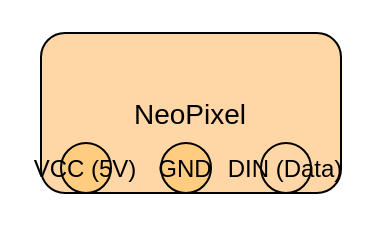
The draw.io diagram Drawio_Modules/Actuators/NeoPixel.drawio in LostScriptures/Terralogia, before the edit. Source tidied: cells renumbered, new cells numbered last; positions are measured from the earlier drawing's top-left corner, leaving out a move shared by most shapes. Both pictures are drawn from the tidied source at 200%, with x=0, y=0 at pixel (40, 32).
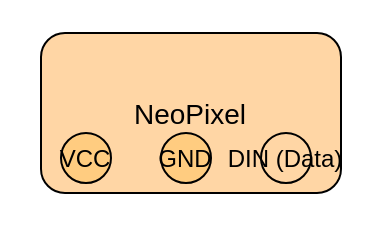
After the change.

Diff of the diagram source:
```diff
@@
 <mxGraphModel>
   <root>
     <mxCell id="0" />
     <mxCell id="1" parent="0" />
     <mxCell id="2" value="NeoPixel" style="shape=rectangle;rounded=1;fillColor=#FFD6A5;strokeColor=#000000;fontSize=14;fontColor=#000000;" parent="1" vertex="1">
       <mxGeometry width="150" height="80" as="geometry" />
     </mxCell>
-    <mxCell id="3" value="VCC (5V)" style="shape=ellipse;fillColor=#FFCC80;" parent="2" vertex="1">
-      <mxGeometry x="10" y="55" width="25" height="25" as="geometry" />
+    <mxCell id="3" value="VCC" style="shape=ellipse;fillColor=#FFCC80;" parent="2" vertex="1">
+      <mxGeometry x="10" y="50" width="25" height="25" as="geometry" />
     </mxCell>
     <mxCell id="4" value="GND" style="shape=ellipse;fillColor=#FFCC80;" parent="2" vertex="1">
-      <mxGeometry x="60" y="55" width="25" height="25" as="geometry" />
+      <mxGeometry x="60" y="50" width="25" height="25" as="geometry" />
     </mxCell>
     <mxCell id="5" value="DIN (Data)" style="shape=ellipse;fillColor=#FFD6A5;" parent="2" vertex="1">
-      <mxGeometry x="110" y="55" width="25" height="25" as="geometry" />
+      <mxGeometry x="110" y="50" width="25" height="25" as="geometry" />
     </mxCell>
   </root>
 </mxGraphModel>
```
